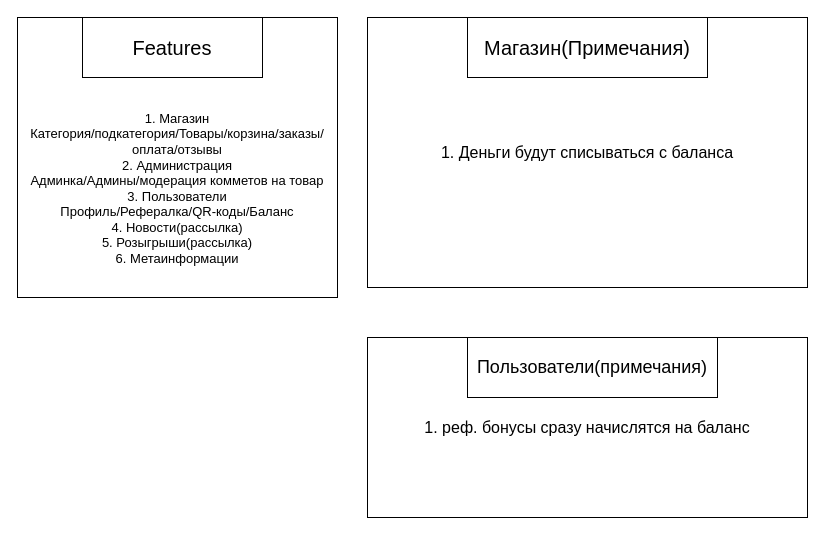
Before: online_store_bot.drawio in Astro-edu-python/online_store_bot, a draw.io diagram. Source tidied: cells renumbered, new cells numbered last; positions are measured from the earlier drawing's top-left corner, leaving out a move shared by most shapes. Both pictures are drawn from the tidied source at 100%, with x=0, y=0 at pixel (17, 17).
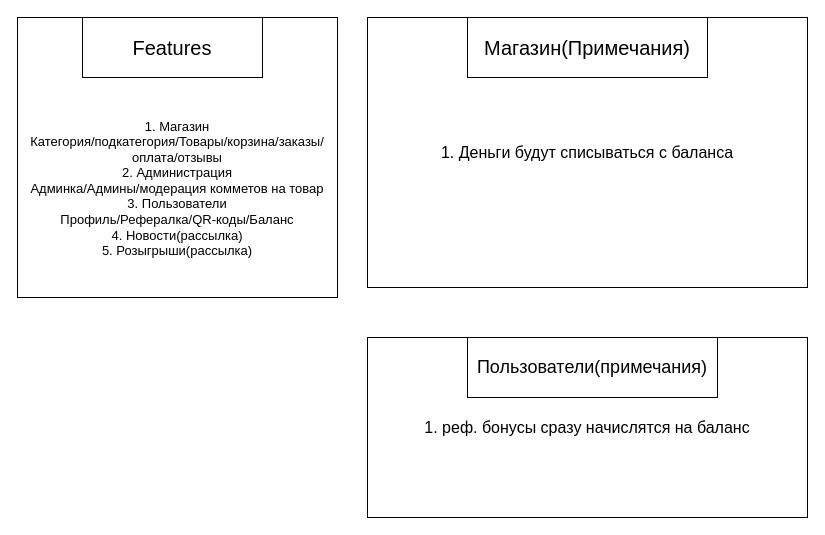
The same page after the edit.

Change to the diagram source:
```diff
@@
 <mxGraphModel>
   <root>
     <mxCell id="0" />
     <mxCell id="1" parent="0" />
-    <mxCell id="2" value="&lt;div style=&quot;font-size: 13px;&quot;&gt;&lt;font style=&quot;font-size: 13px;&quot;&gt;&lt;br&gt;&lt;/font&gt;&lt;/div&gt;&lt;div style=&quot;font-size: 13px;&quot;&gt;&lt;font style=&quot;font-size: 13px;&quot;&gt;&lt;br&gt;&lt;/font&gt;&lt;/div&gt;&lt;div style=&quot;font-size: 13px;&quot;&gt;&lt;font style=&quot;font-size: 13px;&quot;&gt;&lt;br&gt;&lt;/font&gt;&lt;/div&gt;&lt;div style=&quot;font-size: 13px;&quot;&gt;&lt;font style=&quot;font-size: 13px;&quot;&gt;&lt;br&gt;&lt;/font&gt;&lt;/div&gt;&lt;div style=&quot;font-size: 13px;&quot;&gt;&lt;font style=&quot;font-size: 13px;&quot;&gt;1. Магазин&lt;/font&gt;&lt;/div&gt;&lt;div style=&quot;font-size: 13px;&quot;&gt;&lt;font style=&quot;font-size: 13px;&quot;&gt;Категория/подкатегория/Товары/корзина/заказы/оплата/отзывы&lt;/font&gt;&lt;/div&gt;&lt;div style=&quot;font-size: 13px;&quot;&gt;&lt;font style=&quot;font-size: 13px;&quot;&gt;2. Администрация&lt;/font&gt;&lt;/div&gt;&lt;div style=&quot;font-size: 13px;&quot;&gt;&lt;font style=&quot;font-size: 13px;&quot;&gt;Админка/Админы/модерация комметов на товар&lt;/font&gt;&lt;/div&gt;&lt;div style=&quot;font-size: 13px;&quot;&gt;&lt;font style=&quot;font-size: 13px;&quot;&gt;3. Пользователи&lt;/font&gt;&lt;/div&gt;&lt;div style=&quot;font-size: 13px;&quot;&gt;&lt;font style=&quot;font-size: 13px;&quot;&gt;Профиль/Рефералка/QR-коды/Баланс&lt;/font&gt;&lt;/div&gt;&lt;div style=&quot;font-size: 13px;&quot;&gt;&lt;font style=&quot;font-size: 13px;&quot;&gt;4. Новости(рассылка)&lt;/font&gt;&lt;/div&gt;&lt;div style=&quot;font-size: 13px;&quot;&gt;&lt;font style=&quot;font-size: 13px;&quot;&gt;5. Розыгрыши(рассылка)&lt;/font&gt;&lt;/div&gt;&lt;div style=&quot;font-size: 13px;&quot;&gt;&lt;font style=&quot;font-size: 13px;&quot;&gt;&lt;font style=&quot;font-size: 13px;&quot;&gt;6. Метаинформации&lt;/font&gt;&lt;font style=&quot;font-size: 13px;&quot;&gt;&lt;br&gt;&lt;/font&gt;&lt;/font&gt;&lt;/div&gt;" style="rounded=0;whiteSpace=wrap;html=1;fillColor=default;shadow=0;glass=0;noLabel=0;verticalAlign=middle;align=center;labelBackgroundColor=none;" parent="1" vertex="1">
+    <mxCell id="2" value="&lt;div style=&quot;font-size: 13px;&quot;&gt;&lt;font style=&quot;font-size: 13px;&quot;&gt;&lt;br&gt;&lt;/font&gt;&lt;/div&gt;&lt;div style=&quot;font-size: 13px;&quot;&gt;&lt;font style=&quot;font-size: 13px;&quot;&gt;&lt;br&gt;&lt;/font&gt;&lt;/div&gt;&lt;div style=&quot;font-size: 13px;&quot;&gt;&lt;font style=&quot;font-size: 13px;&quot;&gt;&lt;br&gt;&lt;/font&gt;&lt;/div&gt;&lt;div style=&quot;font-size: 13px;&quot;&gt;&lt;font style=&quot;font-size: 13px;&quot;&gt;&lt;br&gt;&lt;/font&gt;&lt;/div&gt;&lt;div style=&quot;font-size: 13px;&quot;&gt;&lt;font style=&quot;font-size: 13px;&quot;&gt;1. Магазин&lt;/font&gt;&lt;/div&gt;&lt;div style=&quot;font-size: 13px;&quot;&gt;&lt;font style=&quot;font-size: 13px;&quot;&gt;Категория/подкатегория/Товары/корзина/заказы/оплата/отзывы&lt;/font&gt;&lt;/div&gt;&lt;div style=&quot;font-size: 13px;&quot;&gt;&lt;font style=&quot;font-size: 13px;&quot;&gt;2. Администрация&lt;/font&gt;&lt;/div&gt;&lt;div style=&quot;font-size: 13px;&quot;&gt;&lt;font style=&quot;font-size: 13px;&quot;&gt;Админка/Админы/модерация комметов на товар&lt;/font&gt;&lt;/div&gt;&lt;div style=&quot;font-size: 13px;&quot;&gt;&lt;font style=&quot;font-size: 13px;&quot;&gt;3. Пользователи&lt;/font&gt;&lt;/div&gt;&lt;div style=&quot;font-size: 13px;&quot;&gt;&lt;font style=&quot;font-size: 13px;&quot;&gt;Профиль/Рефералка/QR-коды/Баланс&lt;/font&gt;&lt;/div&gt;&lt;div style=&quot;font-size: 13px;&quot;&gt;&lt;font style=&quot;font-size: 13px;&quot;&gt;4. Новости(рассылка)&lt;/font&gt;&lt;/div&gt;&lt;div style=&quot;font-size: 13px;&quot;&gt;&lt;font style=&quot;font-size: 13px;&quot;&gt;5. Розыгрыши(рассылка)&lt;/font&gt;&lt;/div&gt;" style="rounded=0;whiteSpace=wrap;html=1;fillColor=default;shadow=0;glass=0;noLabel=0;verticalAlign=middle;align=center;labelBackgroundColor=none;" parent="1" vertex="1">
       <mxGeometry width="320" height="280" as="geometry" />
     </mxCell>
     <mxCell id="3" value="Features" style="rounded=0;whiteSpace=wrap;html=1;fontSize=20;" parent="1" vertex="1">
       <mxGeometry x="65" width="180" height="60" as="geometry" />
     </mxCell>
     <mxCell id="4" value="&lt;font style=&quot;font-size: 16px;&quot;&gt;1. Деньги будут списываться с баланса&lt;/font&gt;" style="rounded=0;whiteSpace=wrap;html=1;fontSize=16;align=center;" parent="1" vertex="1">
       <mxGeometry x="350" width="440" height="270" as="geometry" />
     </mxCell>
     <mxCell id="5" value="Магазин(Примечания)" style="rounded=0;whiteSpace=wrap;html=1;fontSize=20;" parent="1" vertex="1">
       <mxGeometry x="450" width="240" height="60" as="geometry" />
     </mxCell>
     <mxCell id="6" value="1. реф. бонусы сразу начислятся на баланс" style="rounded=0;whiteSpace=wrap;html=1;fontSize=16;" parent="1" vertex="1">
       <mxGeometry x="350" y="320" width="440" height="180" as="geometry" />
     </mxCell>
     <mxCell id="7" value="Пользователи(примечания)" style="rounded=0;whiteSpace=wrap;html=1;fontSize=18;" parent="1" vertex="1">
       <mxGeometry x="450" y="320" width="250" height="60" as="geometry" />
     </mxCell>
   </root>
 </mxGraphModel>
```
